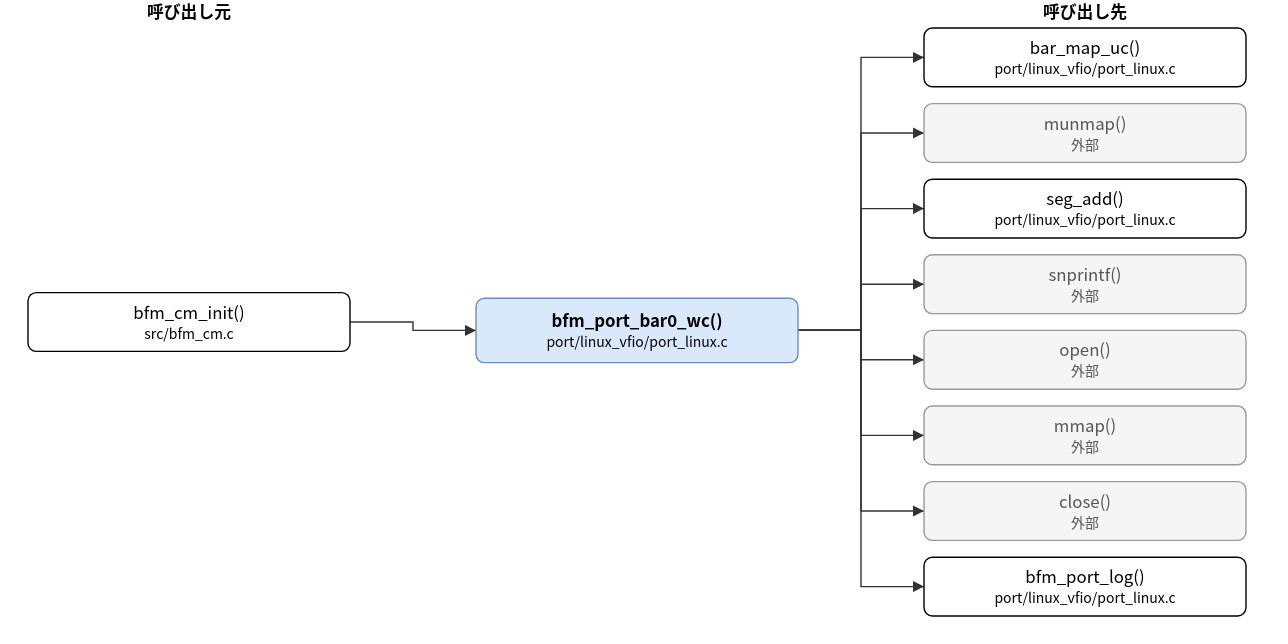
The draw.io diagram doc/spec/images/call_port_linux_vfio_port_linux-bfm_port_bar0_wc.drawio.svg in hf355051012-ai/bfmem, before a commit. Source tidied: cells renumbered, new cells last; positions are measured from the earlier drawing's top-left corner, leaving out a move shared by most shapes. The source it was exported from:
```xml
<mxGraphModel>
  <root>
    <mxCell id="0" />
    <mxCell id="1" parent="0" />
    <mxCell id="2" value="bfm_port_bar0_wc()&lt;br&gt;&lt;font style=&quot;font-size:10px&quot;&gt;port/linux_vfio/port_linux.c&lt;/font&gt;" style="rounded=1;whiteSpace=wrap;html=1;fillColor=#dae8fc;strokeColor=#6c8ebf;fontStyle=1;" parent="1" vertex="1">
      <mxGeometry x="320" y="213" width="230" height="46" as="geometry" />
    </mxCell>
    <mxCell id="3" value="bfm_cm_init()&lt;br&gt;&lt;font style=&quot;font-size:10px&quot;&gt;src/bfm_cm.c&lt;/font&gt;" style="rounded=1;whiteSpace=wrap;html=1;" parent="1" vertex="1">
      <mxGeometry y="209" width="230" height="42" as="geometry" />
    </mxCell>
    <mxCell id="4" value="bar_map_uc()&lt;br&gt;&lt;font style=&quot;font-size:10px&quot;&gt;port/linux_vfio/port_linux.c&lt;/font&gt;" style="rounded=1;whiteSpace=wrap;html=1;" parent="1" vertex="1">
      <mxGeometry x="640" y="20" width="230" height="42" as="geometry" />
    </mxCell>
    <mxCell id="5" value="munmap()&lt;br&gt;&lt;font style=&quot;font-size:10px&quot;&gt;外部&lt;/font&gt;" style="rounded=1;whiteSpace=wrap;html=1;fillColor=#f5f5f5;strokeColor=#999999;fontColor=#555555;" parent="1" vertex="1">
      <mxGeometry x="640" y="74" width="230" height="42" as="geometry" />
    </mxCell>
    <mxCell id="6" value="seg_add()&lt;br&gt;&lt;font style=&quot;font-size:10px&quot;&gt;port/linux_vfio/port_linux.c&lt;/font&gt;" style="rounded=1;whiteSpace=wrap;html=1;" parent="1" vertex="1">
      <mxGeometry x="640" y="128" width="230" height="42" as="geometry" />
    </mxCell>
    <mxCell id="7" value="snprintf()&lt;br&gt;&lt;font style=&quot;font-size:10px&quot;&gt;外部&lt;/font&gt;" style="rounded=1;whiteSpace=wrap;html=1;fillColor=#f5f5f5;strokeColor=#999999;fontColor=#555555;" parent="1" vertex="1">
      <mxGeometry x="640" y="182" width="230" height="42" as="geometry" />
    </mxCell>
    <mxCell id="8" value="open()&lt;br&gt;&lt;font style=&quot;font-size:10px&quot;&gt;外部&lt;/font&gt;" style="rounded=1;whiteSpace=wrap;html=1;fillColor=#f5f5f5;strokeColor=#999999;fontColor=#555555;" parent="1" vertex="1">
      <mxGeometry x="640" y="236" width="230" height="42" as="geometry" />
    </mxCell>
    <mxCell id="9" value="mmap()&lt;br&gt;&lt;font style=&quot;font-size:10px&quot;&gt;外部&lt;/font&gt;" style="rounded=1;whiteSpace=wrap;html=1;fillColor=#f5f5f5;strokeColor=#999999;fontColor=#555555;" parent="1" vertex="1">
      <mxGeometry x="640" y="290" width="230" height="42" as="geometry" />
    </mxCell>
    <mxCell id="10" value="close()&lt;br&gt;&lt;font style=&quot;font-size:10px&quot;&gt;外部&lt;/font&gt;" style="rounded=1;whiteSpace=wrap;html=1;fillColor=#f5f5f5;strokeColor=#999999;fontColor=#555555;" parent="1" vertex="1">
      <mxGeometry x="640" y="344" width="230" height="42" as="geometry" />
    </mxCell>
    <mxCell id="11" value="bfm_port_log()&lt;br&gt;&lt;font style=&quot;font-size:10px&quot;&gt;port/linux_vfio/port_linux.c&lt;/font&gt;" style="rounded=1;whiteSpace=wrap;html=1;" parent="1" vertex="1">
      <mxGeometry x="640" y="398" width="230" height="42" as="geometry" />
    </mxCell>
    <mxCell id="12" style="edgeStyle=none;html=1;rounded=0;endArrow=block;endFill=1;exitX=1.0000;exitY=0.5000;exitDx=0;exitDy=0;exitPerimeter=0;entryX=0.0000;entryY=0.5000;entryDx=0;entryDy=0;entryPerimeter=0;" parent="1" edge="1" source="3" target="2">
      <mxGeometry relative="1" as="geometry">
        <Array as="points">
          <mxPoint x="275" y="230" />
          <mxPoint x="275" y="236" />
        </Array>
      </mxGeometry>
    </mxCell>
    <mxCell id="13" style="edgeStyle=none;html=1;rounded=0;endArrow=block;endFill=1;exitX=1.0000;exitY=0.5000;exitDx=0;exitDy=0;exitPerimeter=0;entryX=0.0000;entryY=0.5000;entryDx=0;entryDy=0;entryPerimeter=0;" parent="1" edge="1" source="2" target="4">
      <mxGeometry relative="1" as="geometry">
        <Array as="points">
          <mxPoint x="595" y="236" />
          <mxPoint x="595" y="41" />
        </Array>
      </mxGeometry>
    </mxCell>
    <mxCell id="14" style="edgeStyle=none;html=1;rounded=0;endArrow=block;endFill=1;exitX=1.0000;exitY=0.5000;exitDx=0;exitDy=0;exitPerimeter=0;entryX=0.0000;entryY=0.5000;entryDx=0;entryDy=0;entryPerimeter=0;" parent="1" edge="1" source="2" target="5">
      <mxGeometry relative="1" as="geometry">
        <Array as="points">
          <mxPoint x="595" y="236" />
          <mxPoint x="595" y="95" />
        </Array>
      </mxGeometry>
    </mxCell>
    <mxCell id="15" style="edgeStyle=none;html=1;rounded=0;endArrow=block;endFill=1;exitX=1.0000;exitY=0.5000;exitDx=0;exitDy=0;exitPerimeter=0;entryX=0.0000;entryY=0.5000;entryDx=0;entryDy=0;entryPerimeter=0;" parent="1" edge="1" source="2" target="6">
      <mxGeometry relative="1" as="geometry">
        <Array as="points">
          <mxPoint x="595" y="236" />
          <mxPoint x="595" y="149" />
        </Array>
      </mxGeometry>
    </mxCell>
    <mxCell id="16" style="edgeStyle=none;html=1;rounded=0;endArrow=block;endFill=1;exitX=1.0000;exitY=0.5000;exitDx=0;exitDy=0;exitPerimeter=0;entryX=0.0000;entryY=0.5000;entryDx=0;entryDy=0;entryPerimeter=0;" parent="1" edge="1" source="2" target="7">
      <mxGeometry relative="1" as="geometry">
        <Array as="points">
          <mxPoint x="595" y="236" />
          <mxPoint x="595" y="203" />
        </Array>
      </mxGeometry>
    </mxCell>
    <mxCell id="17" style="edgeStyle=none;html=1;rounded=0;endArrow=block;endFill=1;exitX=1.0000;exitY=0.5000;exitDx=0;exitDy=0;exitPerimeter=0;entryX=0.0000;entryY=0.5000;entryDx=0;entryDy=0;entryPerimeter=0;" parent="1" edge="1" source="2" target="8">
      <mxGeometry relative="1" as="geometry">
        <Array as="points">
          <mxPoint x="595" y="236" />
          <mxPoint x="595" y="257" />
        </Array>
      </mxGeometry>
    </mxCell>
    <mxCell id="18" style="edgeStyle=none;html=1;rounded=0;endArrow=block;endFill=1;exitX=1.0000;exitY=0.5000;exitDx=0;exitDy=0;exitPerimeter=0;entryX=0.0000;entryY=0.5000;entryDx=0;entryDy=0;entryPerimeter=0;" parent="1" edge="1" source="2" target="9">
      <mxGeometry relative="1" as="geometry">
        <Array as="points">
          <mxPoint x="595" y="236" />
          <mxPoint x="595" y="311" />
        </Array>
      </mxGeometry>
    </mxCell>
    <mxCell id="19" style="edgeStyle=none;html=1;rounded=0;endArrow=block;endFill=1;exitX=1.0000;exitY=0.5000;exitDx=0;exitDy=0;exitPerimeter=0;entryX=0.0000;entryY=0.5000;entryDx=0;entryDy=0;entryPerimeter=0;" parent="1" edge="1" source="2" target="10">
      <mxGeometry relative="1" as="geometry">
        <Array as="points">
          <mxPoint x="595" y="236" />
          <mxPoint x="595" y="365" />
        </Array>
      </mxGeometry>
    </mxCell>
    <mxCell id="20" style="edgeStyle=none;html=1;rounded=0;endArrow=block;endFill=1;exitX=1.0000;exitY=0.5000;exitDx=0;exitDy=0;exitPerimeter=0;entryX=0.0000;entryY=0.5000;entryDx=0;entryDy=0;entryPerimeter=0;" parent="1" edge="1" source="2" target="11">
      <mxGeometry relative="1" as="geometry">
        <Array as="points">
          <mxPoint x="595" y="236" />
          <mxPoint x="595" y="419" />
        </Array>
      </mxGeometry>
    </mxCell>
    <mxCell id="21" value="呼び出し元" style="text;html=1;align=center;fontStyle=1;" parent="1" vertex="1">
      <mxGeometry x="35" width="160" height="18" as="geometry" />
    </mxCell>
    <mxCell id="22" value="呼び出し先" style="text;html=1;align=center;fontStyle=1;" parent="1" vertex="1">
      <mxGeometry x="675" width="160" height="18" as="geometry" />
    </mxCell>
  </root>
</mxGraphModel>
```
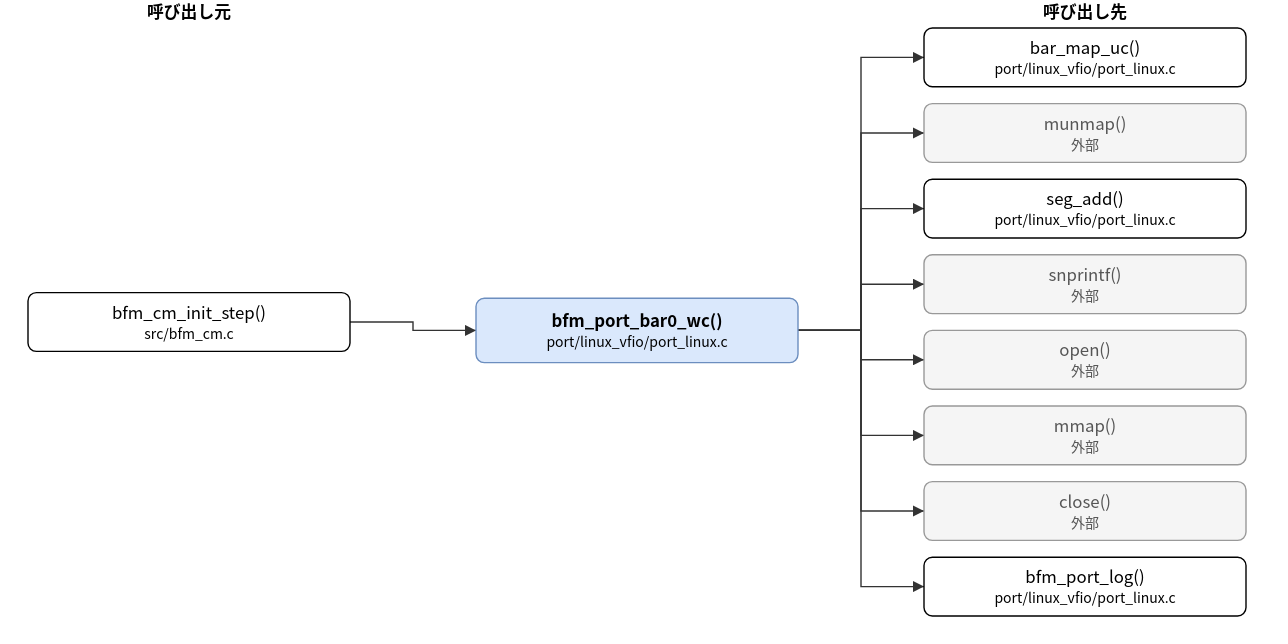
The same file after the commit.

The edit, as a diff of the source:
```diff
@@ -5,7 +5,7 @@
     <mxCell id="2" value="bfm_port_bar0_wc()&lt;br&gt;&lt;font style=&quot;font-size:10px&quot;&gt;port/linux_vfio/port_linux.c&lt;/font&gt;" style="rounded=1;whiteSpace=wrap;html=1;fillColor=#dae8fc;strokeColor=#6c8ebf;fontStyle=1;" parent="1" vertex="1">
       <mxGeometry x="320" y="213" width="230" height="46" as="geometry" />
     </mxCell>
-    <mxCell id="3" value="bfm_cm_init()&lt;br&gt;&lt;font style=&quot;font-size:10px&quot;&gt;src/bfm_cm.c&lt;/font&gt;" style="rounded=1;whiteSpace=wrap;html=1;" parent="1" vertex="1">
+    <mxCell id="3" value="bfm_cm_init_step()&lt;br&gt;&lt;font style=&quot;font-size:10px&quot;&gt;src/bfm_cm.c&lt;/font&gt;" style="rounded=1;whiteSpace=wrap;html=1;" parent="1" vertex="1">
       <mxGeometry y="209" width="230" height="42" as="geometry" />
     </mxCell>
     <mxCell id="4" value="bar_map_uc()&lt;br&gt;&lt;font style=&quot;font-size:10px&quot;&gt;port/linux_vfio/port_linux.c&lt;/font&gt;" style="rounded=1;whiteSpace=wrap;html=1;" parent="1" vertex="1">
```
